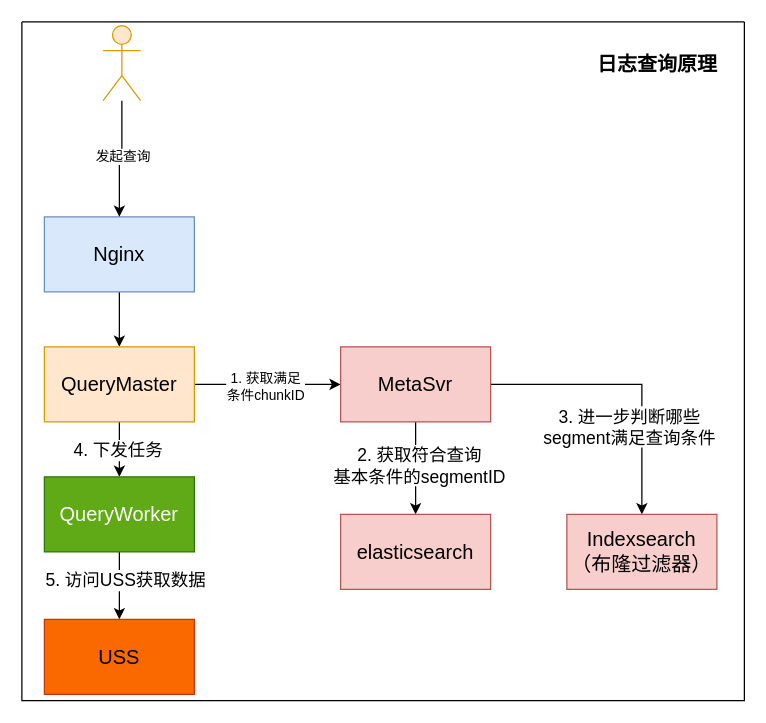
Above: page "日志查询原理" (6 of 9) of promotion.drawio in WebbingXu/draw (draw.io), before the change. Source tidied: cells renumbered, new cells numbered last; positions are measured from the earlier drawing's top-left corner, leaving out a move shared by most shapes. Both pictures are drawn from the tidied source at 125%, with x=0, y=0 at pixel (21, 21).
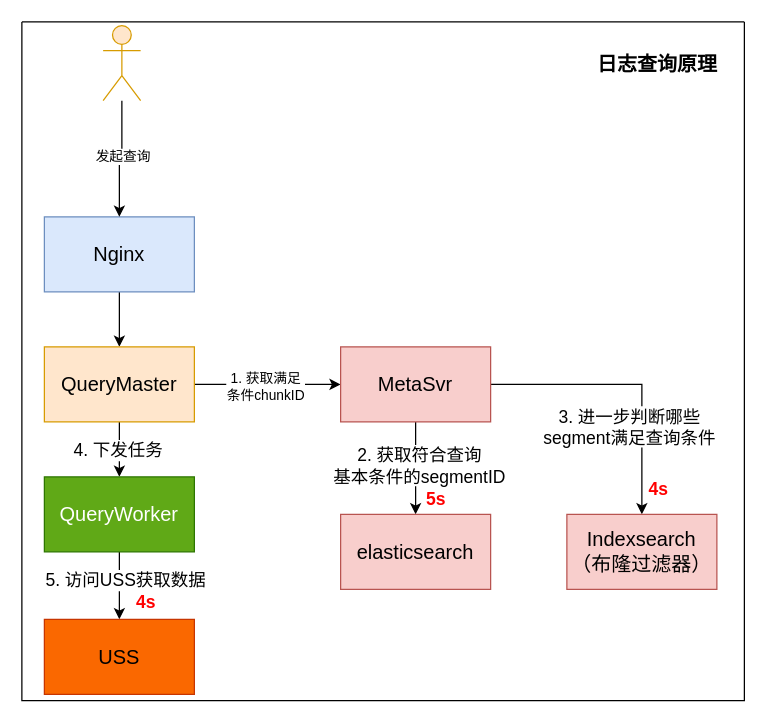
The same diagram, later.

The change refers to these unchanged cells:
```xml
<mxCell id="23" style="swimlane;startSize=0;" parent="1" vertex="1">
  <mxGeometry width="578" height="543" as="geometry" />
</mxCell>
```

Diff of the diagram source:
```diff
@@
+    <mxCell id="25" value="&lt;b&gt;&lt;font style=&quot;font-size: 14px;&quot; color=&quot;#ff0000&quot;&gt;4s&lt;/font&gt;&lt;/b&gt;" style="text;html=1;align=center;verticalAlign=middle;strokeColor=none;fillColor=none;" parent="23" vertex="1">
+      <mxGeometry x="82" y="449" width="34" height="29" as="geometry" />
+    </mxCell>
+    <mxCell id="26" value="&lt;b&gt;&lt;font color=&quot;#ff0000&quot; style=&quot;font-size: 14px;&quot;&gt;5s&lt;/font&gt;&lt;/b&gt;" style="text;html=1;align=center;verticalAlign=middle;strokeColor=none;fillColor=none;" parent="1" vertex="1">
+      <mxGeometry x="314" y="367" width="34" height="29" as="geometry" />
+    </mxCell>
+    <mxCell id="27" value="&lt;b&gt;&lt;font style=&quot;font-size: 14px;&quot; color=&quot;#ff0000&quot;&gt;4s&lt;/font&gt;&lt;/b&gt;" style="text;html=1;align=center;verticalAlign=middle;strokeColor=none;fillColor=none;" parent="1" vertex="1">
+      <mxGeometry x="492" y="359" width="34" height="29" as="geometry" />
+    </mxCell>
```
